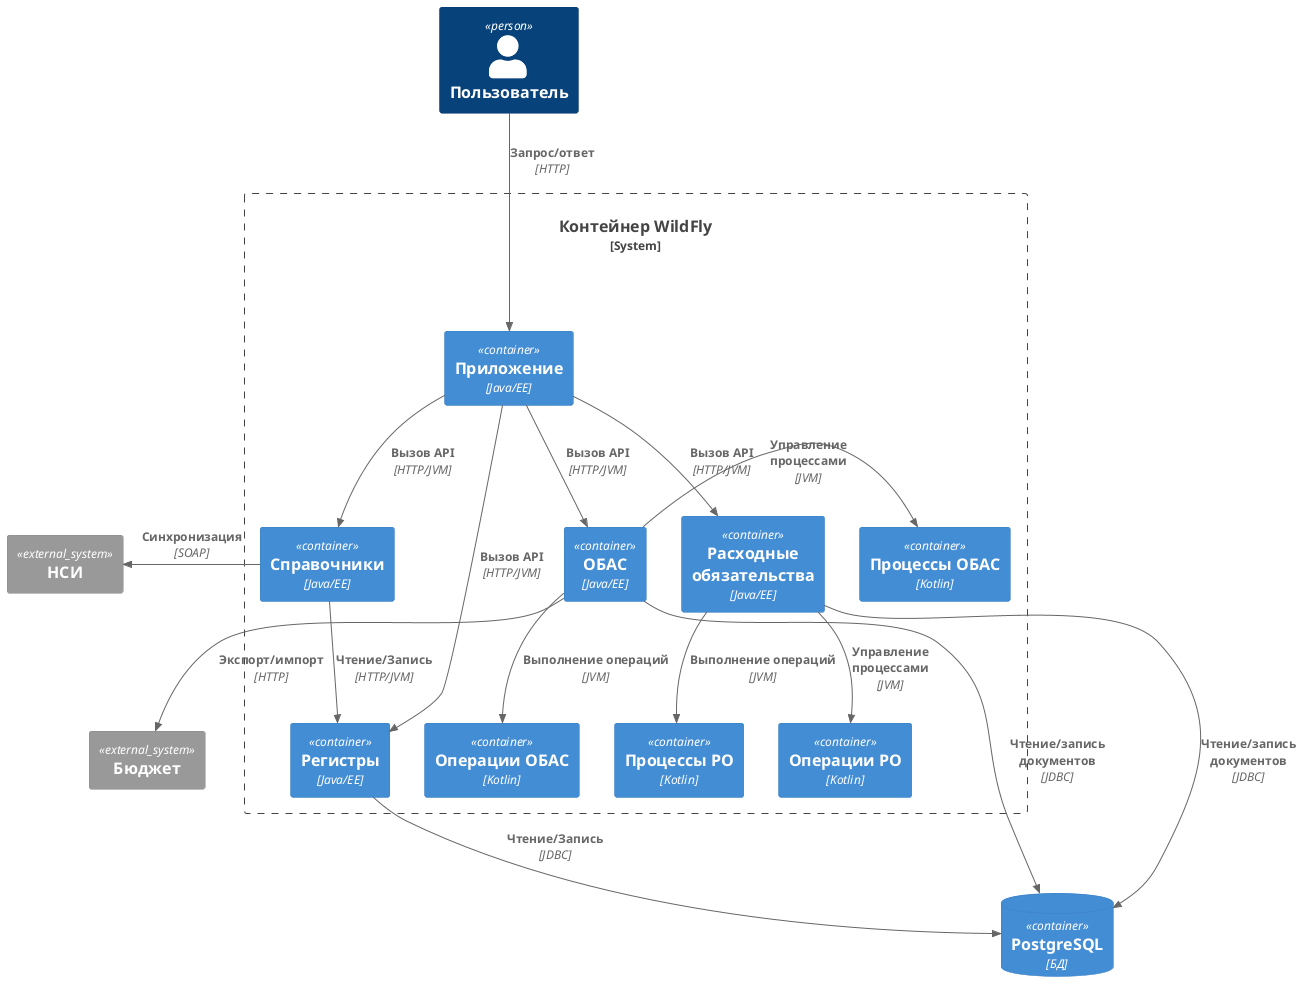
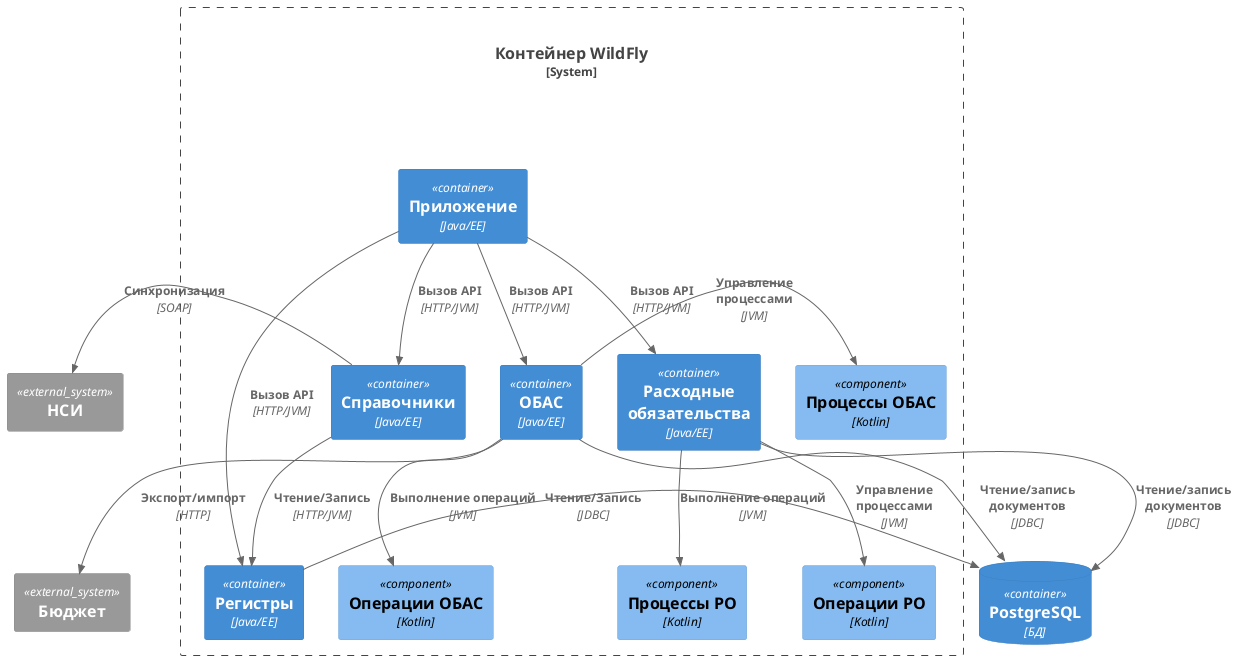
@startuml architecture
!include <C4/C4_Container>
!include <C4/C4_Context>
+ !include <C4/C4_Component>

LAYOUT_TOP_DOWN()

UpdateElementStyle(person, $fontColor="white", $bgColor="#08427B")
UpdateElementStyle(container, $fontColor="white", $bgColor="#438DD5")
UpdateElementStyle(containerDb, $fontColor="white", $bgColor="#2E6B9E")

- Person(browser, "Пользователь")
- 
System_Boundary(wildfly, "Контейнер WildFly") {
    Container(application, "Приложение", "Java/EE")
    Container(obas, "ОБАС", "Java/EE")
-     Container(obas_operations, "Операции ОБАС", "Kotlin")
-     Container(obas_process, "Процессы ОБАС", "Kotlin")
+     Component(obas_operations, "Операции ОБАС", "Kotlin")
+     Component(obas_process, "Процессы ОБАС", "Kotlin")
    Container(paypromises, "Расходные обязательства", "Java/EE")
-     Container(paypromises_operations, "Операции РО", "Kotlin")
-     Container(paypromises_process, "Процессы РО", "Kotlin")
+     Component(paypromises_operations, "Операции РО", "Kotlin")
+     Component(paypromises_process, "Процессы РО", "Kotlin")
    Container(dict, "Справочники", "Java/EE")
    Container(registry, "Регистры", "Java/EE")
}

ContainerDb(postgres, "PostgreSQL", "БД")

System_Ext(sys_budget, "Бюджет")
System_Ext(sys_nsi, "НСИ")

- Rel(browser, application, "Запрос/ответ", "HTTP")
Rel(application, obas, "Вызов API", "HTTP/JVM")
Rel(application, paypromises, "Вызов API", "HTTP/JVM")
Rel(application, dict, "Вызов API", "HTTP/JVM")
Rel(application, registry, "Вызов API", "HTTP/JVM")

Rel_Right(obas, obas_process, "Управление процессами", "JVM")
Rel(obas, obas_operations, "Выполнение операций", "JVM")

Rel(paypromises, paypromises_operations, "Управление процессами", "JVM")
Rel(paypromises, paypromises_process, "Выполнение операций", "JVM")

Rel_Right(dict, sys_nsi, "Синхронизация", "SOAP")
Rel_Right(obas, sys_budget, "Экспорт/импорт", "HTTP")
Lay_Down(sys_nsi, sys_budget)

- Rel_Down(registry, postgres, "Чтение/Запись", "JDBC")
+ Rel_Left(registry, postgres, "Чтение/Запись", "JDBC")
Rel_Down(dict, registry, "Чтение/Запись", "HTTP/JVM")
Rel_Down(obas, postgres, "Чтение/запись документов", "JDBC")
Rel_Down(paypromises, postgres, "Чтение/запись документов", "JDBC")

Lay_Down(obas, postgres)

@enduml